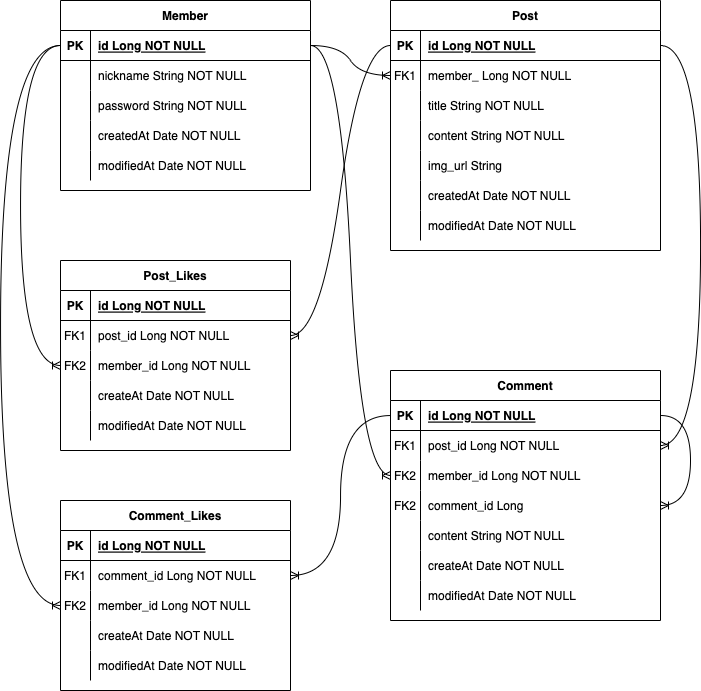
Earlier version of the draw.io export W5 erd.png (HangHae99Week05team10/PostProject). Source tidied: cells renumbered, new cells last; positions are measured from the earlier drawing's top-left corner, leaving out a move shared by most shapes.
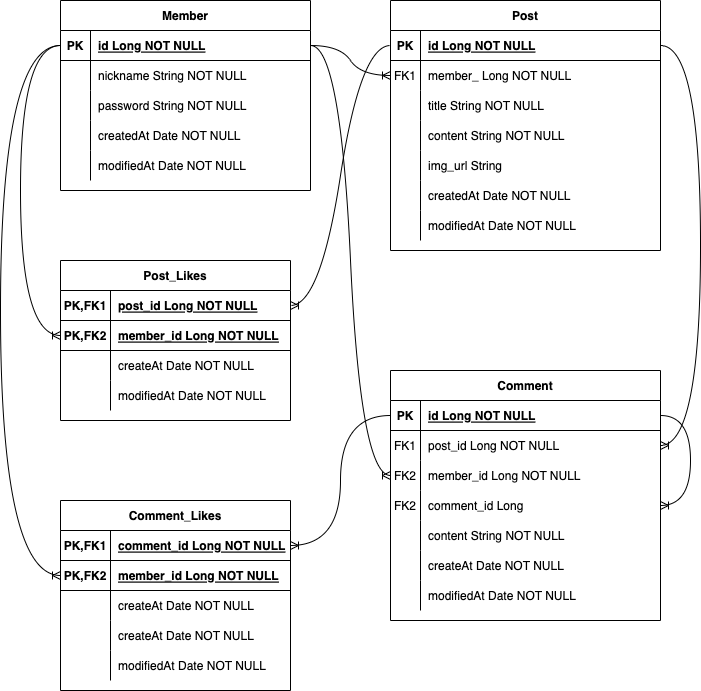
Above is the later version.

The edit, as a diff of the source:
```diff
@@ -117,52 +117,43 @@
       <mxGeometry x="30" width="220" height="30" as="geometry" />
     </mxCell>
     <mxCell id="40" value="Post_Likes" style="shape=table;startSize=30;rowLines=0;fontStyle=1;align=center;" parent="1" vertex="1">
-      <mxGeometry x="60" y="260" width="230" height="190" as="geometry" />
+      <mxGeometry x="60" y="260" width="230" height="160" as="geometry" />
     </mxCell>
     <mxCell id="41" style="shape=tableRow;horizontal=0;startSize=0;swimlaneHead=0;swimlaneBody=0;fillColor=none;points=[[0,0.5],[1,0.5]];portConstraint=eastwest;top=0;left=0;right=0;bottom=1;" parent="40" vertex="1">
       <mxGeometry y="30" width="230" height="30" as="geometry" />
     </mxCell>
-    <mxCell id="42" value="PK" style="shape=partialRectangle;fillColor=none;top=0;left=0;bottom=0;right=0;fontStyle=1;overflow=hidden;" parent="41" vertex="1">
-      <mxGeometry width="30" height="30" as="geometry" />
+    <mxCell id="42" value="PK,FK1" style="shape=partialRectangle;fillColor=none;top=0;left=0;bottom=0;right=0;fontStyle=1;overflow=hidden;" parent="41" vertex="1">
+      <mxGeometry width="50" height="30" as="geometry" />
     </mxCell>
-    <mxCell id="43" value="id Long NOT NULL" style="shape=partialRectangle;fillColor=none;top=0;left=0;bottom=0;right=0;align=left;spacingLeft=6;fontStyle=5;overflow=hidden;" parent="41" vertex="1">
-      <mxGeometry x="30" width="200" height="30" as="geometry" />
+    <mxCell id="43" value="post_id Long NOT NULL" style="shape=partialRectangle;fillColor=none;top=0;left=0;bottom=0;right=0;align=left;spacingLeft=6;fontStyle=5;overflow=hidden;" parent="41" vertex="1">
+      <mxGeometry x="50" width="180" height="30" as="geometry" />
     </mxCell>
-    <mxCell id="44" style="shape=tableRow;horizontal=0;startSize=0;swimlaneHead=0;swimlaneBody=0;fillColor=none;points=[[0,0.5],[1,0.5]];portConstraint=eastwest;top=0;left=0;right=0;bottom=0;" parent="40" vertex="1">
-      <mxGeometry y="60" width="230" height="30" as="geometry" />
-    </mxCell>
-    <mxCell id="45" value="FK1" style="shape=partialRectangle;fillColor=none;top=0;left=0;bottom=0;right=0;overflow=hidden;" parent="44" vertex="1">
-      <mxGeometry width="30" height="30" as="geometry" />
-    </mxCell>
-    <mxCell id="46" value="post_id Long NOT NULL" style="shape=partialRectangle;fillColor=none;top=0;left=0;bottom=0;right=0;align=left;spacingLeft=6;overflow=hidden;" parent="44" vertex="1">
-      <mxGeometry x="30" width="200" height="30" as="geometry" />
-    </mxCell>
-    <mxCell id="47" style="shape=tableRow;horizontal=0;startSize=0;swimlaneHead=0;swimlaneBody=0;fillColor=none;points=[[0,0.5],[1,0.5]];portConstraint=eastwest;top=0;left=0;right=0;bottom=0;" parent="40" vertex="1">
-      <mxGeometry y="90" width="230" height="30" as="geometry" />
-    </mxCell>
-    <mxCell id="48" value="FK2" style="shape=partialRectangle;fillColor=none;top=0;left=0;bottom=0;right=0;overflow=hidden;" parent="47" vertex="1">
-      <mxGeometry width="30" height="30" as="geometry" />
-    </mxCell>
-    <mxCell id="49" value="member_id Long NOT NULL" style="shape=partialRectangle;fillColor=none;top=0;left=0;bottom=0;right=0;align=left;spacingLeft=6;overflow=hidden;" parent="47" vertex="1">
-      <mxGeometry x="30" width="200" height="30" as="geometry" />
-    </mxCell>
+    <mxCell id="102" style="shape=tableRow;horizontal=0;startSize=0;swimlaneHead=0;swimlaneBody=0;fillColor=none;points=[[0,0.5],[1,0.5]];portConstraint=eastwest;top=0;left=0;right=0;bottom=1;" parent="40" vertex="1">
+      <mxGeometry y="60" width="230" height="30" as="geometry" />
+    </mxCell>
+    <mxCell id="103" value="PK,FK2" style="shape=partialRectangle;fillColor=none;top=0;left=0;bottom=0;right=0;fontStyle=1;overflow=hidden;" parent="102" vertex="1">
+      <mxGeometry width="50" height="30" as="geometry" />
+    </mxCell>
+    <mxCell id="104" value="member_id Long NOT NULL" style="shape=partialRectangle;fillColor=none;top=0;left=0;bottom=0;right=0;align=left;spacingLeft=6;fontStyle=5;overflow=hidden;" parent="102" vertex="1">
+      <mxGeometry x="50" width="180" height="30" as="geometry" />
+    </mxCell>
     <mxCell id="50" style="shape=tableRow;horizontal=0;startSize=0;swimlaneHead=0;swimlaneBody=0;fillColor=none;top=0;left=0;right=0;bottom=0;" parent="40" vertex="1">
-      <mxGeometry y="120" width="230" height="30" as="geometry" />
+      <mxGeometry y="90" width="230" height="30" as="geometry" />
     </mxCell>
     <mxCell id="51" style="shape=partialRectangle;fillColor=none;top=0;left=0;bottom=0;right=0;overflow=hidden;" parent="50" vertex="1">
-      <mxGeometry width="30" height="30" as="geometry" />
+      <mxGeometry width="50" height="30" as="geometry" />
     </mxCell>
     <mxCell id="52" value="createAt Date NOT NULL" style="shape=partialRectangle;fillColor=none;top=0;left=0;bottom=0;right=0;align=left;spacingLeft=6;overflow=hidden;" parent="50" vertex="1">
-      <mxGeometry x="30" width="200" height="30" as="geometry" />
+      <mxGeometry x="50" width="180" height="30" as="geometry" />
     </mxCell>
     <mxCell id="53" style="shape=tableRow;horizontal=0;startSize=0;swimlaneHead=0;swimlaneBody=0;fillColor=none;top=0;left=0;right=0;bottom=0;" parent="40" vertex="1">
-      <mxGeometry y="150" width="230" height="30" as="geometry" />
+      <mxGeometry y="120" width="230" height="30" as="geometry" />
     </mxCell>
     <mxCell id="54" style="shape=partialRectangle;fillColor=none;top=0;left=0;bottom=0;right=0;overflow=hidden;" parent="53" vertex="1">
-      <mxGeometry width="30" height="30" as="geometry" />
+      <mxGeometry width="50" height="30" as="geometry" />
     </mxCell>
     <mxCell id="55" value="modifiedAt Date NOT NULL" style="shape=partialRectangle;fillColor=none;top=0;left=0;bottom=0;right=0;align=left;spacingLeft=6;overflow=hidden;" parent="53" vertex="1">
-      <mxGeometry x="30" width="200" height="30" as="geometry" />
+      <mxGeometry x="50" width="180" height="30" as="geometry" />
     </mxCell>
     <mxCell id="56" value="Comment_Likes" style="shape=table;startSize=30;rowLines=0;fontStyle=1;align=center;" parent="1" vertex="1">
       <mxGeometry x="60" y="500" width="230" height="190" as="geometry" />
@@ -170,47 +161,47 @@
     <mxCell id="57" style="shape=tableRow;horizontal=0;startSize=0;swimlaneHead=0;swimlaneBody=0;fillColor=none;points=[[0,0.5],[1,0.5]];portConstraint=eastwest;top=0;left=0;right=0;bottom=1;" parent="56" vertex="1">
       <mxGeometry y="30" width="230" height="30" as="geometry" />
     </mxCell>
-    <mxCell id="58" value="PK" style="shape=partialRectangle;fillColor=none;top=0;left=0;bottom=0;right=0;fontStyle=1;overflow=hidden;" parent="57" vertex="1">
-      <mxGeometry width="30" height="30" as="geometry" />
+    <mxCell id="58" value="PK,FK1" style="shape=partialRectangle;fillColor=none;top=0;left=0;bottom=0;right=0;fontStyle=1;overflow=hidden;" parent="57" vertex="1">
+      <mxGeometry width="50" height="30" as="geometry" />
     </mxCell>
-    <mxCell id="59" value="id Long NOT NULL" style="shape=partialRectangle;fillColor=none;top=0;left=0;bottom=0;right=0;align=left;spacingLeft=6;fontStyle=5;overflow=hidden;" parent="57" vertex="1">
-      <mxGeometry x="30" width="200" height="30" as="geometry" />
+    <mxCell id="59" value="comment_id Long NOT NULL" style="shape=partialRectangle;fillColor=none;top=0;left=0;bottom=0;right=0;align=left;spacingLeft=6;fontStyle=5;overflow=hidden;" parent="57" vertex="1">
+      <mxGeometry x="50" width="180" height="30" as="geometry" />
     </mxCell>
-    <mxCell id="60" style="shape=tableRow;horizontal=0;startSize=0;swimlaneHead=0;swimlaneBody=0;fillColor=none;points=[[0,0.5],[1,0.5]];portConstraint=eastwest;top=0;left=0;right=0;bottom=0;" parent="56" vertex="1">
-      <mxGeometry y="60" width="230" height="30" as="geometry" />
-    </mxCell>
-    <mxCell id="61" value="FK1" style="shape=partialRectangle;fillColor=none;top=0;left=0;bottom=0;right=0;overflow=hidden;" parent="60" vertex="1">
-      <mxGeometry width="30" height="30" as="geometry" />
-    </mxCell>
-    <mxCell id="62" value="comment_id Long NOT NULL" style="shape=partialRectangle;fillColor=none;top=0;left=0;bottom=0;right=0;align=left;spacingLeft=6;overflow=hidden;" parent="60" vertex="1">
-      <mxGeometry x="30" width="200" height="30" as="geometry" />
-    </mxCell>
-    <mxCell id="63" style="shape=tableRow;horizontal=0;startSize=0;swimlaneHead=0;swimlaneBody=0;fillColor=none;points=[[0,0.5],[1,0.5]];portConstraint=eastwest;top=0;left=0;right=0;bottom=0;" parent="56" vertex="1">
-      <mxGeometry y="90" width="230" height="30" as="geometry" />
-    </mxCell>
-    <mxCell id="64" value="FK2" style="shape=partialRectangle;fillColor=none;top=0;left=0;bottom=0;right=0;overflow=hidden;" parent="63" vertex="1">
-      <mxGeometry width="30" height="30" as="geometry" />
-    </mxCell>
-    <mxCell id="65" value="member_id Long NOT NULL" style="shape=partialRectangle;fillColor=none;top=0;left=0;bottom=0;right=0;align=left;spacingLeft=6;overflow=hidden;" parent="63" vertex="1">
-      <mxGeometry x="30" width="200" height="30" as="geometry" />
-    </mxCell>
+    <mxCell id="105" style="shape=tableRow;horizontal=0;startSize=0;swimlaneHead=0;swimlaneBody=0;fillColor=none;points=[[0,0.5],[1,0.5]];portConstraint=eastwest;top=0;left=0;right=0;bottom=1;" parent="56" vertex="1">
+      <mxGeometry y="60" width="230" height="30" as="geometry" />
+    </mxCell>
+    <mxCell id="106" value="PK,FK2" style="shape=partialRectangle;fillColor=none;top=0;left=0;bottom=0;right=0;fontStyle=1;overflow=hidden;" parent="105" vertex="1">
+      <mxGeometry width="50" height="30" as="geometry" />
+    </mxCell>
+    <mxCell id="107" value="member_id Long NOT NULL" style="shape=partialRectangle;fillColor=none;top=0;left=0;bottom=0;right=0;align=left;spacingLeft=6;fontStyle=5;overflow=hidden;" parent="105" vertex="1">
+      <mxGeometry x="50" width="180" height="30" as="geometry" />
+    </mxCell>
+    <mxCell id="108" style="shape=tableRow;horizontal=0;startSize=0;swimlaneHead=0;swimlaneBody=0;fillColor=none;top=0;left=0;right=0;bottom=0;" parent="56" vertex="1">
+      <mxGeometry y="90" width="230" height="30" as="geometry" />
+    </mxCell>
+    <mxCell id="109" style="shape=partialRectangle;fillColor=none;top=0;left=0;bottom=0;right=0;overflow=hidden;" parent="108" vertex="1">
+      <mxGeometry width="50" height="30" as="geometry" />
+    </mxCell>
+    <mxCell id="110" value="createAt Date NOT NULL" style="shape=partialRectangle;fillColor=none;top=0;left=0;bottom=0;right=0;align=left;spacingLeft=6;overflow=hidden;" parent="108" vertex="1">
+      <mxGeometry x="50" width="180" height="30" as="geometry" />
+    </mxCell>
     <mxCell id="66" style="shape=tableRow;horizontal=0;startSize=0;swimlaneHead=0;swimlaneBody=0;fillColor=none;top=0;left=0;right=0;bottom=0;" parent="56" vertex="1">
       <mxGeometry y="120" width="230" height="30" as="geometry" />
     </mxCell>
     <mxCell id="67" style="shape=partialRectangle;fillColor=none;top=0;left=0;bottom=0;right=0;overflow=hidden;" parent="66" vertex="1">
-      <mxGeometry width="30" height="30" as="geometry" />
+      <mxGeometry width="50" height="30" as="geometry" />
     </mxCell>
     <mxCell id="68" value="createAt Date NOT NULL" style="shape=partialRectangle;fillColor=none;top=0;left=0;bottom=0;right=0;align=left;spacingLeft=6;overflow=hidden;" parent="66" vertex="1">
-      <mxGeometry x="30" width="200" height="30" as="geometry" />
+      <mxGeometry x="50" width="180" height="30" as="geometry" />
     </mxCell>
     <mxCell id="69" style="shape=tableRow;horizontal=0;startSize=0;swimlaneHead=0;swimlaneBody=0;fillColor=none;top=0;left=0;right=0;bottom=0;" parent="56" vertex="1">
       <mxGeometry y="150" width="230" height="30" as="geometry" />
     </mxCell>
     <mxCell id="70" style="shape=partialRectangle;fillColor=none;top=0;left=0;bottom=0;right=0;overflow=hidden;" parent="69" vertex="1">
-      <mxGeometry width="30" height="30" as="geometry" />
+      <mxGeometry width="50" height="30" as="geometry" />
     </mxCell>
     <mxCell id="71" value="modifiedAt Date NOT NULL" style="shape=partialRectangle;fillColor=none;top=0;left=0;bottom=0;right=0;align=left;spacingLeft=6;overflow=hidden;" parent="69" vertex="1">
-      <mxGeometry x="30" width="200" height="30" as="geometry" />
+      <mxGeometry x="50" width="180" height="30" as="geometry" />
     </mxCell>
     <mxCell id="72" value="Comment" style="shape=table;startSize=30;rowLines=0;fontStyle=1;align=center;" parent="1" vertex="1">
       <mxGeometry x="390" y="370" width="270" height="250" as="geometry" />
@@ -289,29 +280,29 @@
         </Array>
       </mxGeometry>
     </mxCell>
-    <mxCell id="96" style="edgeStyle=orthogonalEdgeStyle;fontSize=12;html=1;endArrow=none;startArrow=ERoneToMany;rounded=0;exitX=1;exitY=0.5;exitDx=0;exitDy=0;curved=1;endFill=0;startFill=0;" parent="1" edge="1" source="60" target="73">
+    <mxCell id="96" style="edgeStyle=orthogonalEdgeStyle;fontSize=12;html=1;endArrow=none;startArrow=ERoneToMany;rounded=0;exitX=1;exitY=0.5;exitDx=0;exitDy=0;curved=1;endFill=0;startFill=0;" parent="1" edge="1" source="57" target="73">
       <mxGeometry relative="1" as="geometry" />
     </mxCell>
-    <mxCell id="97" style="edgeStyle=orthogonalEdgeStyle;fontSize=12;html=1;endArrow=none;rounded=0;exitX=0;exitY=0.5;exitDx=0;exitDy=0;entryX=0;entryY=0.5;entryDx=0;entryDy=0;curved=1;startArrow=ERoneToMany;startFill=0;endFill=0;" parent="1" edge="1" source="63" target="25">
+    <mxCell id="97" style="edgeStyle=orthogonalEdgeStyle;fontSize=12;html=1;endArrow=none;rounded=0;exitX=0;exitY=0.5;exitDx=0;exitDy=0;entryX=0;entryY=0.5;entryDx=0;entryDy=0;curved=1;startArrow=ERoneToMany;startFill=0;endFill=0;" parent="1" edge="1" source="105" target="25">
       <mxGeometry relative="1" as="geometry">
         <Array as="points">
-          <mxPoint y="605" />
+          <mxPoint y="575" />
           <mxPoint y="45" />
         </Array>
       </mxGeometry>
     </mxCell>
-    <mxCell id="98" style="edgeStyle=orthogonalEdgeStyle;fontSize=12;html=1;endArrow=ERoneToMany;rounded=0;curved=1;entryX=0;entryY=0.5;entryDx=0;entryDy=0;exitX=0;exitY=0.5;exitDx=0;exitDy=0;" parent="1" edge="1" source="25" target="47">
+    <mxCell id="98" style="edgeStyle=orthogonalEdgeStyle;fontSize=12;html=1;endArrow=ERoneToMany;rounded=0;curved=1;entryX=0;entryY=0.5;entryDx=0;entryDy=0;exitX=0;exitY=0.5;exitDx=0;exitDy=0;" parent="1" edge="1" source="25" target="102">
       <mxGeometry relative="1" as="geometry">
         <Array as="points">
           <mxPoint x="20" y="45" />
-          <mxPoint x="20" y="365" />
+          <mxPoint x="20" y="335" />
         </Array>
       </mxGeometry>
     </mxCell>
     <mxCell id="99" style="edgeStyle=entityRelationEdgeStyle;fontSize=12;html=1;endArrow=ERoneToMany;rounded=0;curved=1;entryX=0;entryY=0.5;entryDx=0;entryDy=0;exitX=1;exitY=0.5;exitDx=0;exitDy=0;" parent="1" edge="1" source="25" target="6">
       <mxGeometry relative="1" as="geometry" />
     </mxCell>
-    <mxCell id="100" style="edgeStyle=entityRelationEdgeStyle;fontSize=12;html=1;endArrow=ERoneToMany;rounded=0;curved=1;exitX=0;exitY=0.5;exitDx=0;exitDy=0;entryX=1;entryY=0.5;entryDx=0;entryDy=0;" parent="1" edge="1" source="3" target="44">
+    <mxCell id="100" style="edgeStyle=entityRelationEdgeStyle;fontSize=12;html=1;endArrow=ERoneToMany;rounded=0;curved=1;exitX=0;exitY=0.5;exitDx=0;exitDy=0;entryX=1;entryY=0.5;entryDx=0;entryDy=0;" parent="1" edge="1" source="3" target="41">
       <mxGeometry relative="1" as="geometry" />
     </mxCell>
     <mxCell id="101" style="edgeStyle=entityRelationEdgeStyle;fontSize=12;html=1;endArrow=ERoneToMany;rounded=0;curved=1;entryX=0;entryY=0.5;entryDx=0;entryDy=0;exitX=1;exitY=0.5;exitDx=0;exitDy=0;" parent="1" edge="1" source="25" target="79">
```
